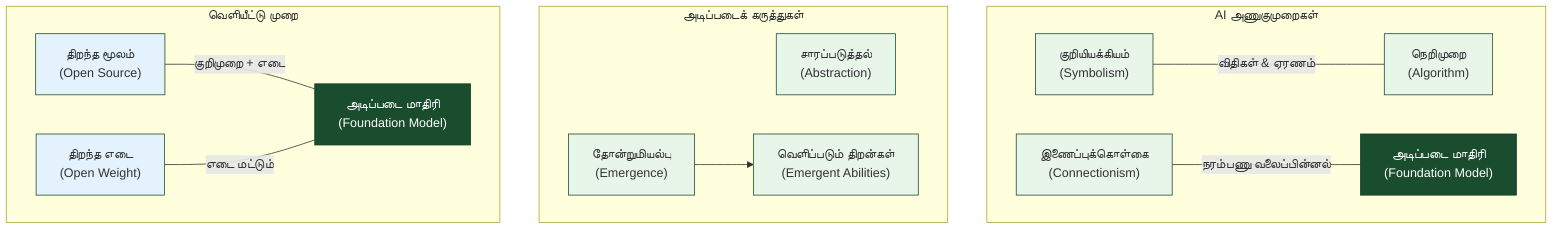
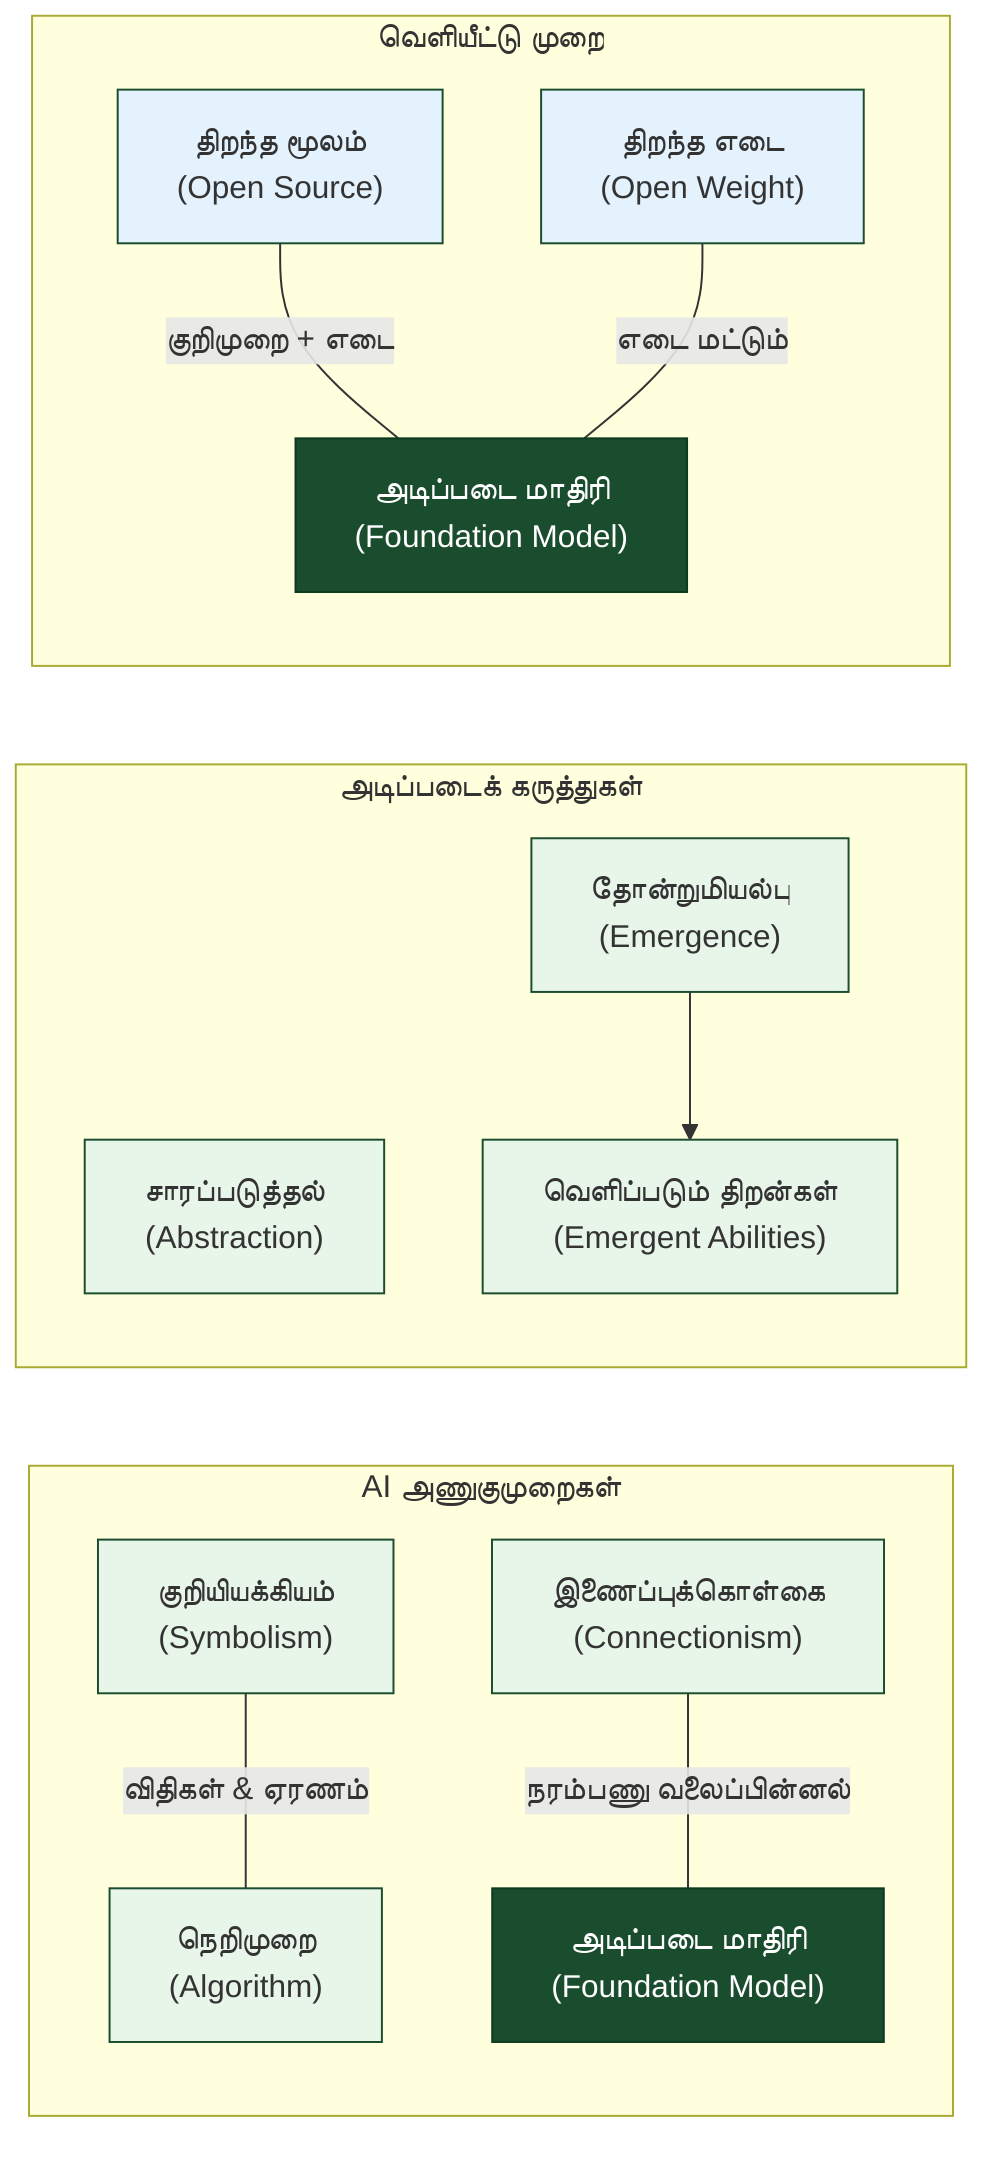
- flowchart TB
+ flowchart LR
    subgraph Approaches["AI அணுகுமுறைகள்"]
        SYM["குறியியக்கியம்<br/>(Symbolism)"] ---|"விதிகள் & ஏரணம்"| ALGO["நெறிமுறை<br/>(Algorithm)"]
        CON["இணைப்புக்கொள்கை<br/>(Connectionism)"] ---|"நரம்பணு வலைப்பின்னல்"| FM["அடிப்படை மாதிரி<br/>(Foundation Model)"]
    end

    subgraph Concepts["அடிப்படைக் கருத்துகள்"]
        ABS["சாரப்படுத்தல்<br/>(Abstraction)"]
        EMR["தோன்றுமியல்பு<br/>(Emergence)"] --> EA["வெளிப்படும் திறன்கள்<br/>(Emergent Abilities)"]
    end

    subgraph Openness["வெளியீட்டு முறை"]
        OS["திறந்த மூலம்<br/>(Open Source)"]
        OW["திறந்த எடை<br/>(Open Weight)"]
        OS ---|"குறிமுறை + எடை"| FM2["அடிப்படை மாதிரி<br/>(Foundation Model)"]
        OW ---|"எடை மட்டும்"| FM2
    end

    style SYM fill:#e8f5e9,stroke:#1a4d2e
    style CON fill:#e8f5e9,stroke:#1a4d2e
    style ALGO fill:#e8f5e9,stroke:#1a4d2e
    style FM fill:#1a4d2e,stroke:#0d3a1f,color:#fff
    style ABS fill:#e8f5e9,stroke:#1a4d2e
    style EMR fill:#e8f5e9,stroke:#1a4d2e
    style EA fill:#e8f5e9,stroke:#1a4d2e
    style OS fill:#e3f2fd,stroke:#1a4d2e
    style OW fill:#e3f2fd,stroke:#1a4d2e
    style FM2 fill:#1a4d2e,stroke:#0d3a1f,color:#fff
